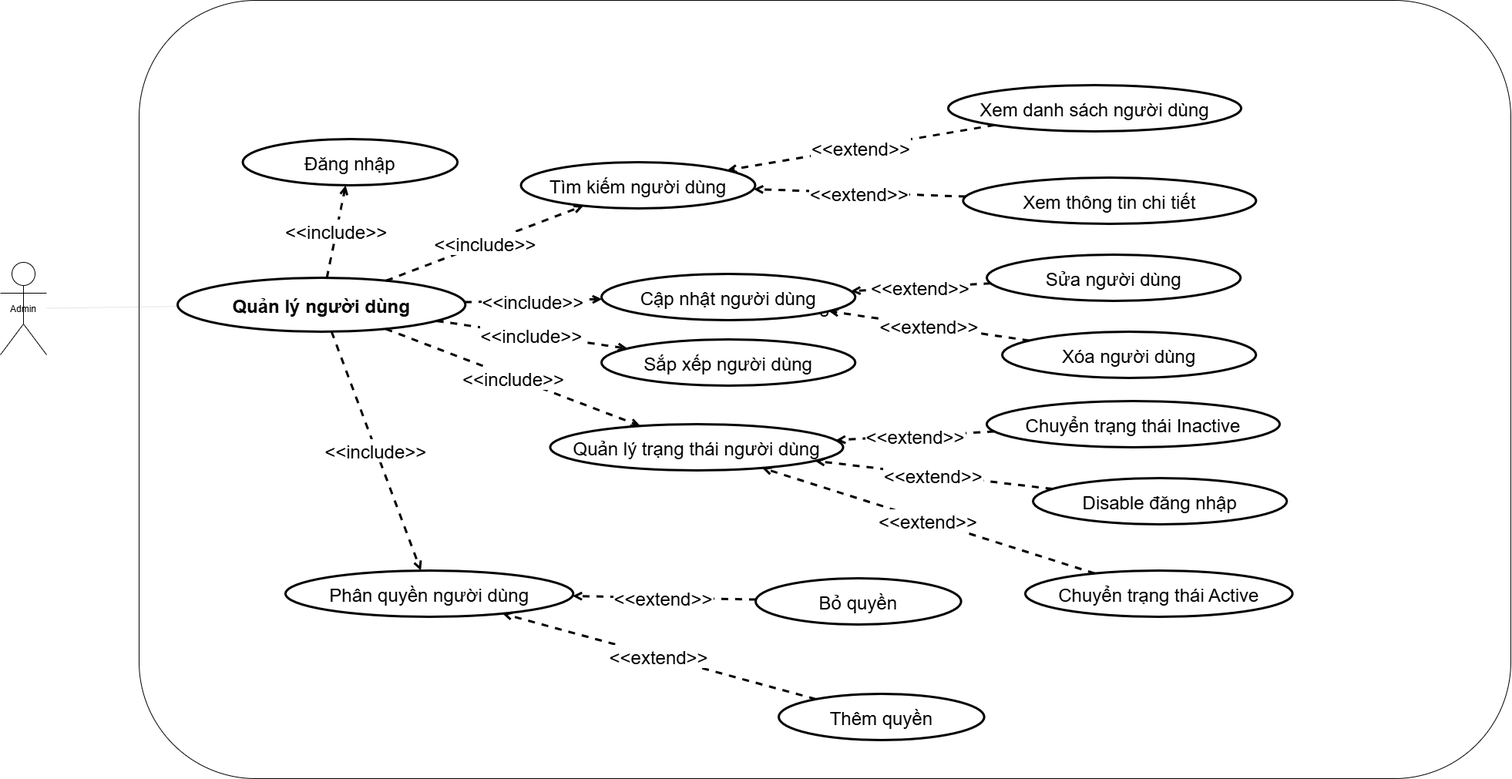
The draw.io diagram latex/Hinhve/phanrausecasequantri.png in ntuan7059/do_an_tot_nghiep, before a commit. Source tidied: cells renumbered, new cells last; positions are measured from the earlier drawing's top-left corner, leaving out a move shared by most shapes.
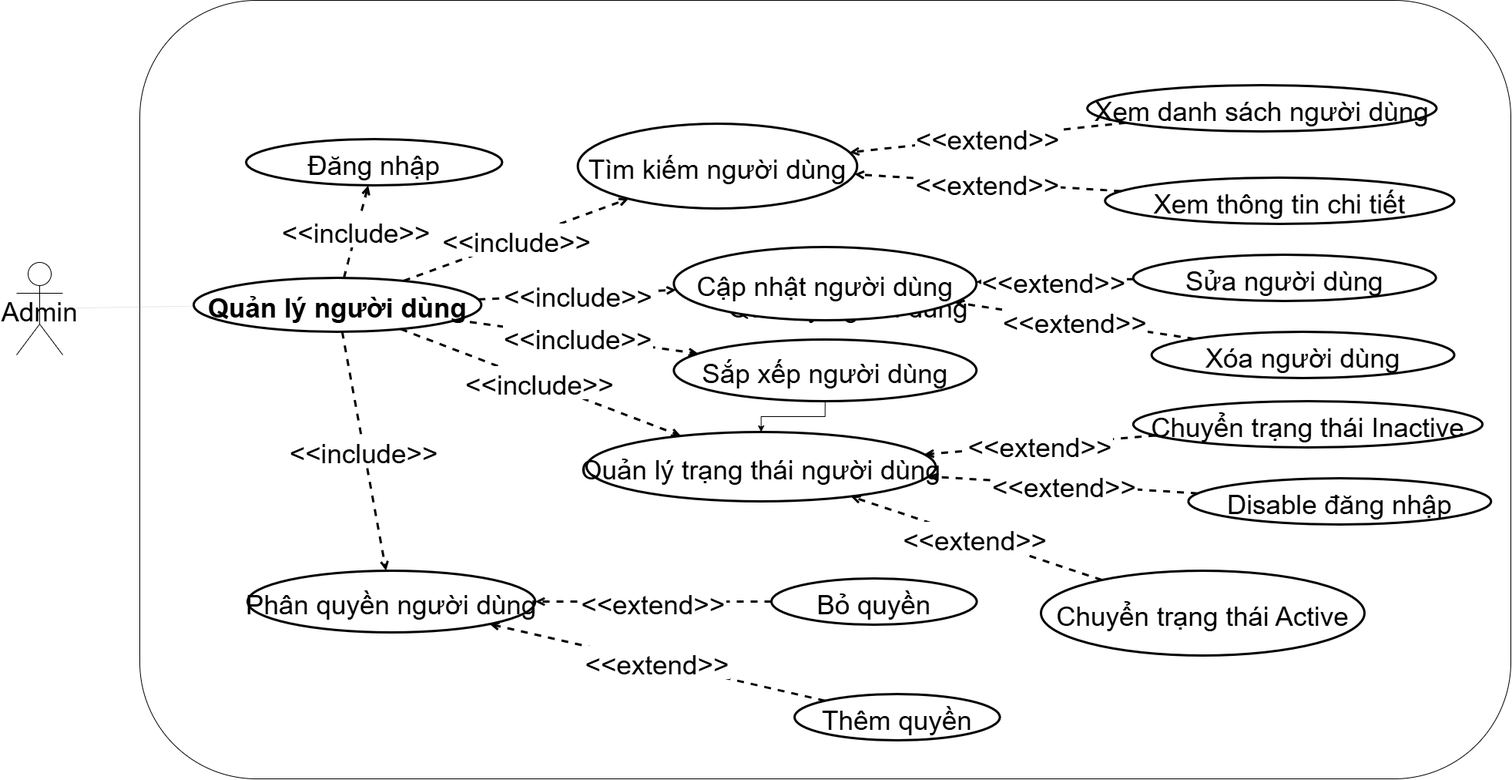
After the commit.

The edit, as a diff of the source:
```diff
@@ -2,109 +2,112 @@
   <root>
     <mxCell id="0" />
     <mxCell id="1" parent="0" />
-    <mxCell id="2" style="rounded=1;whiteSpace=wrap;html=1;" parent="1" vertex="1">
-      <mxGeometry x="180" width="1780" height="1010" as="geometry" />
+    <mxCell id="2" style="rounded=1;whiteSpace=wrap;html=1;fontSize=35;" parent="1" vertex="1">
+      <mxGeometry x="160" width="1780" height="1010" as="geometry" />
     </mxCell>
-    <mxCell id="3" value="Admin" style="shape=umlActor;" parent="1" vertex="1">
+    <mxCell id="3" value="Admin" style="shape=umlActor;fontSize=35;" parent="1" vertex="1">
       <mxGeometry y="340" width="60" height="120" as="geometry" />
     </mxCell>
-    <mxCell id="4" value="Quản lý người dùng" style="rounded=1;strokeWidth=3;imageHeight=24;imageWidth=24;arcSize=12;miterlimit=4;strokeColor=#FFFFFF;fontSize=24;" parent="1" vertex="1">
-      <mxGeometry x="400" y="70" width="1140" height="650" as="geometry" />
+    <mxCell id="4" value="Quản lý người dùng" style="rounded=1;strokeWidth=3;imageHeight=24;imageWidth=24;arcSize=12;miterlimit=4;strokeColor=#FFFFFF;fontSize=35;" parent="1" vertex="1">
+      <mxGeometry x="400" y="70" width="1360" height="650" as="geometry" />
     </mxCell>
-    <mxCell id="5" value="Đăng nhập" style="ellipse;fontSize=24;strokeWidth=3;" parent="4" vertex="1">
-      <mxGeometry x="-85.5" y="110" width="278.7" height="60" as="geometry" />
+    <mxCell id="5" value="Đăng nhập" style="ellipse;fontSize=35;strokeWidth=3;" parent="4" vertex="1">
+      <mxGeometry x="-102" y="110" width="332.4" height="60" as="geometry" />
     </mxCell>
-    <mxCell id="6" value="Tìm kiếm người dùng" style="ellipse;fontSize=24;strokeWidth=3;" parent="4" vertex="1">
-      <mxGeometry x="275.5" y="140" width="304" height="60" as="geometry" />
+    <mxCell id="6" value="Tìm kiếm người dùng" style="ellipse;fontSize=35;strokeWidth=3;" parent="4" vertex="1">
+      <mxGeometry x="328.7" y="90" width="362.7" height="110" as="geometry" />
     </mxCell>
-    <mxCell id="7" value="Cập nhật người dùng" style="ellipse;fontSize=24;strokeWidth=3;" parent="4" vertex="1">
-      <mxGeometry x="380" y="285" width="329.3" height="60" as="geometry" />
+    <mxCell id="7" value="Cập nhật người dùng" style="ellipse;fontSize=35;strokeWidth=3;" parent="4" vertex="1">
+      <mxGeometry x="453.3" y="250" width="392.9" height="95" as="geometry" />
     </mxCell>
+    <mxCell id="37" style="edgeStyle=orthogonalEdgeStyle;rounded=0;jettySize=auto;html=1;fontSize=35;" parent="4" edge="1" source="8" target="9">
+      <mxGeometry relative="1" as="geometry" />
+    </mxCell>
-    <mxCell id="8" value="Sắp xếp người dùng" style="ellipse;fontSize=24;strokeWidth=3;" parent="4" vertex="1">
-      <mxGeometry x="380" y="370" width="329.3" height="60" as="geometry" />
+    <mxCell id="8" value="Sắp xếp người dùng" style="ellipse;fontSize=35;strokeWidth=3;" parent="4" vertex="1">
+      <mxGeometry x="453.3" y="370" width="392.9" height="80" as="geometry" />
     </mxCell>
-    <mxCell id="9" value="Quản lý trạng thái người dùng" style="ellipse;fontSize=24;strokeWidth=3;" parent="4" vertex="1">
-      <mxGeometry x="313.5" y="480" width="380" height="60" as="geometry" />
+    <mxCell id="9" value="Quản lý trạng thái người dùng" style="ellipse;fontSize=35;strokeWidth=3;" parent="4" vertex="1">
+      <mxGeometry x="340" y="490" width="453.3" height="90" as="geometry" />
     </mxCell>
-    <mxCell id="10" value="Xem danh sách người dùng" style="ellipse;fontSize=24;strokeWidth=3;" parent="4" vertex="1">
-      <mxGeometry x="830" y="40" width="380" height="60" as="geometry" />
+    <mxCell id="10" value="Xem danh sách người dùng" style="ellipse;fontSize=35;strokeWidth=3;" parent="4" vertex="1">
+      <mxGeometry x="990.2" y="40" width="453.3" height="60" as="geometry" />
     </mxCell>
-    <mxCell id="11" value="Xem thông tin chi tiết" style="ellipse;fontSize=24;strokeWidth=3;" parent="4" vertex="1">
-      <mxGeometry x="849.3" y="160" width="380" height="60" as="geometry" />
+    <mxCell id="11" value="Xem thông tin chi tiết" style="ellipse;fontSize=35;strokeWidth=3;" parent="4" vertex="1">
+      <mxGeometry x="1013.2" y="160" width="453.3" height="60" as="geometry" />
     </mxCell>
-    <mxCell id="12" value="Sửa người dùng" style="ellipse;fontSize=24;strokeWidth=3;" parent="4" vertex="1">
-      <mxGeometry x="880" y="260" width="329.3" height="60" as="geometry" />
+    <mxCell id="12" value="Sửa người dùng" style="ellipse;fontSize=35;strokeWidth=3;" parent="4" vertex="1">
+      <mxGeometry x="1049.8" y="260" width="392.9" height="60" as="geometry" />
     </mxCell>
-    <mxCell id="13" value="Xóa người dùng" style="ellipse;fontSize=24;strokeWidth=3;" parent="4" vertex="1">
-      <mxGeometry x="900" y="360" width="329.3" height="60" as="geometry" />
+    <mxCell id="13" value="Xóa người dùng" style="ellipse;fontSize=35;strokeWidth=3;" parent="4" vertex="1">
+      <mxGeometry x="1073.7" y="360" width="392.9" height="60" as="geometry" />
     </mxCell>
-    <mxCell id="14" value="Chuyển trạng thái Inactive" style="ellipse;fontSize=24;strokeWidth=3;" parent="4" vertex="1">
-      <mxGeometry x="880" y="450" width="380" height="60" as="geometry" />
+    <mxCell id="14" value="Chuyển trạng thái Inactive" style="ellipse;fontSize=35;strokeWidth=3;" parent="4" vertex="1">
+      <mxGeometry x="1049.8" y="450" width="453.3" height="60" as="geometry" />
     </mxCell>
-    <mxCell id="15" value="Disable đăng nhập" style="ellipse;fontSize=24;strokeWidth=3;" parent="4" vertex="1">
-      <mxGeometry x="940" y="550" width="329.3" height="60" as="geometry" />
+    <mxCell id="15" value="Disable đăng nhập" style="ellipse;fontSize=35;strokeWidth=3;" parent="4" vertex="1">
+      <mxGeometry x="1121.4" y="550" width="392.9" height="60" as="geometry" />
     </mxCell>
-    <mxCell id="16" value="&lt;&lt;extend&gt;&gt;" style="dashed=1;endArrow=open;strokeWidth=3;fontSize=24;" parent="4" edge="1" source="10" target="6">
+    <mxCell id="16" value="&lt;&lt;extend&gt;&gt;" style="dashed=1;endArrow=open;strokeWidth=3;fontSize=35;" parent="4" edge="1" source="10" target="6">
       <mxGeometry relative="1" as="geometry" />
     </mxCell>
-    <mxCell id="17" value="&lt;&lt;extend&gt;&gt;" style="dashed=1;endArrow=open;strokeWidth=3;fontSize=24;" parent="4" edge="1" source="11" target="6">
+    <mxCell id="17" value="&lt;&lt;extend&gt;&gt;" style="dashed=1;endArrow=open;strokeWidth=3;fontSize=35;" parent="4" edge="1" source="11" target="6">
       <mxGeometry relative="1" as="geometry" />
     </mxCell>
-    <mxCell id="18" value="&lt;&lt;extend&gt;&gt;" style="dashed=1;endArrow=open;strokeWidth=3;fontSize=24;" parent="4" edge="1" source="12" target="7">
+    <mxCell id="18" value="&lt;&lt;extend&gt;&gt;" style="dashed=1;endArrow=open;strokeWidth=3;fontSize=35;" parent="4" edge="1" source="12" target="7">
       <mxGeometry relative="1" as="geometry" />
     </mxCell>
-    <mxCell id="19" value="&lt;&lt;extend&gt;&gt;" style="dashed=1;endArrow=open;strokeWidth=3;fontSize=24;" parent="4" edge="1" source="13" target="7">
+    <mxCell id="19" value="&lt;&lt;extend&gt;&gt;" style="dashed=1;endArrow=open;strokeWidth=3;fontSize=35;" parent="4" edge="1" source="13" target="7">
       <mxGeometry relative="1" as="geometry" />
     </mxCell>
-    <mxCell id="20" value="&lt;&lt;extend&gt;&gt;" style="dashed=1;endArrow=open;strokeWidth=3;fontSize=24;" parent="4" edge="1" source="14" target="9">
+    <mxCell id="20" value="&lt;&lt;extend&gt;&gt;" style="dashed=1;endArrow=open;strokeWidth=3;fontSize=35;" parent="4" edge="1" source="14" target="9">
       <mxGeometry relative="1" as="geometry" />
     </mxCell>
-    <mxCell id="21" value="&lt;&lt;extend&gt;&gt;" style="dashed=1;endArrow=open;strokeWidth=3;fontSize=24;" parent="4" edge="1" source="15" target="9">
+    <mxCell id="21" value="&lt;&lt;extend&gt;&gt;" style="dashed=1;endArrow=open;strokeWidth=3;fontSize=35;" parent="4" edge="1" source="15" target="9">
       <mxGeometry relative="1" as="geometry" />
     </mxCell>
-    <mxCell id="22" style="endArrow=none;strokeWidth=0;" parent="1" edge="1" source="3" target="23">
+    <mxCell id="22" style="endArrow=none;strokeWidth=0;fontSize=35;" parent="1" edge="1" source="3" target="23">
       <mxGeometry relative="1" as="geometry" />
     </mxCell>
-    <mxCell id="23" value="Quản lý người dùng" style="ellipse;fontStyle=1;fontSize=24;strokeWidth=3;" parent="1" vertex="1">
+    <mxCell id="23" value="Quản lý người dùng" style="ellipse;fontStyle=1;fontSize=35;strokeWidth=3;" parent="1" vertex="1">
       <mxGeometry x="230" y="360" width="373.3" height="70" as="geometry" />
     </mxCell>
-    <mxCell id="24" value="&lt;&lt;include&gt;&gt;" style="dashed=1;endArrow=open;strokeWidth=3;fontSize=24;" parent="1" edge="1" source="23" target="9">
+    <mxCell id="24" value="&lt;&lt;include&gt;&gt;" style="dashed=1;endArrow=open;strokeWidth=3;fontSize=35;" parent="1" edge="1" source="23" target="9">
       <mxGeometry relative="1" as="geometry" />
     </mxCell>
-    <mxCell id="25" value="&lt;&lt;include&gt;&gt;" style="dashed=1;endArrow=open;strokeWidth=3;fontSize=24;" parent="1" edge="1" source="23" target="30">
+    <mxCell id="25" value="&lt;&lt;include&gt;&gt;" style="dashed=1;endArrow=open;strokeWidth=3;fontSize=35;" parent="1" edge="1" source="23" target="30">
       <mxGeometry relative="1" as="geometry" />
     </mxCell>
-    <mxCell id="26" value="&lt;&lt;include&gt;&gt;" style="dashed=1;endArrow=open;strokeWidth=3;fontSize=24;" parent="1" edge="1" source="23" target="8">
+    <mxCell id="26" value="&lt;&lt;include&gt;&gt;" style="dashed=1;endArrow=open;strokeWidth=3;fontSize=35;" parent="1" edge="1" source="23" target="8">
       <mxGeometry relative="1" as="geometry" />
     </mxCell>
-    <mxCell id="27" value="&lt;&lt;include&gt;&gt;" style="dashed=1;endArrow=open;strokeWidth=3;fontSize=24;" parent="1" edge="1" source="23" target="7">
+    <mxCell id="27" value="&lt;&lt;include&gt;&gt;" style="dashed=1;endArrow=open;strokeWidth=3;fontSize=35;" parent="1" edge="1" source="23" target="7">
       <mxGeometry relative="1" as="geometry" />
     </mxCell>
-    <mxCell id="28" value="&lt;&lt;include&gt;&gt;" style="dashed=1;endArrow=open;strokeWidth=3;fontSize=24;" parent="1" edge="1" source="23" target="6">
+    <mxCell id="28" value="&lt;&lt;include&gt;&gt;" style="dashed=1;endArrow=open;strokeWidth=3;fontSize=35;" parent="1" edge="1" source="23" target="6">
       <mxGeometry relative="1" as="geometry" />
     </mxCell>
-    <mxCell id="29" value="&lt;&lt;include&gt;&gt;" style="dashed=1;endArrow=open;strokeWidth=3;fontSize=24;" parent="1" edge="1" source="23" target="5">
+    <mxCell id="29" value="&lt;&lt;include&gt;&gt;" style="dashed=1;endArrow=open;strokeWidth=3;fontSize=35;" parent="1" edge="1" source="23" target="5">
       <mxGeometry relative="1" as="geometry" />
     </mxCell>
-    <mxCell id="30" value="Phân quyền người dùng" style="ellipse;fontSize=24;strokeWidth=3;" parent="1" vertex="1">
-      <mxGeometry x="370" y="740" width="373.3" height="60" as="geometry" />
+    <mxCell id="30" value="Phân quyền người dùng" style="ellipse;fontSize=35;strokeWidth=3;" parent="1" vertex="1">
+      <mxGeometry x="300" y="740" width="373.3" height="80" as="geometry" />
     </mxCell>
-    <mxCell id="31" value="&lt;&lt;extend&gt;&gt;" style="dashed=1;endArrow=open;strokeWidth=3;fontSize=24;" parent="1" edge="1" source="34" target="30">
+    <mxCell id="31" value="&lt;&lt;extend&gt;&gt;" style="dashed=1;endArrow=open;strokeWidth=3;fontSize=35;" parent="1" edge="1" source="34" target="30">
       <mxGeometry relative="1" as="geometry" />
     </mxCell>
-    <mxCell id="32" value="&lt;&lt;extend&gt;&gt;" style="dashed=1;endArrow=open;strokeWidth=3;fontSize=24;" parent="1" edge="1" source="33" target="30">
+    <mxCell id="32" value="&lt;&lt;extend&gt;&gt;" style="dashed=1;endArrow=open;strokeWidth=3;fontSize=35;" parent="1" edge="1" source="33" target="30">
       <mxGeometry relative="1" as="geometry" />
     </mxCell>
-    <mxCell id="33" value="Thêm quyền" style="ellipse;fontSize=24;strokeWidth=3;" parent="1" vertex="1">
+    <mxCell id="33" value="Thêm quyền" style="ellipse;fontSize=35;strokeWidth=3;" parent="1" vertex="1">
       <mxGeometry x="1010" y="900" width="266.7" height="60" as="geometry" />
     </mxCell>
-    <mxCell id="34" value="Bỏ quyền" style="ellipse;fontSize=24;strokeWidth=3;" parent="1" vertex="1">
+    <mxCell id="34" value="Bỏ quyền" style="ellipse;fontSize=35;strokeWidth=3;" parent="1" vertex="1">
       <mxGeometry x="980" y="750" width="266.7" height="60" as="geometry" />
     </mxCell>
-    <mxCell id="35" value="Chuyển trạng thái Active" style="ellipse;fontSize=24;strokeWidth=3;" parent="1" vertex="1">
-      <mxGeometry x="1330" y="740" width="346.7" height="60" as="geometry" />
+    <mxCell id="35" value="Chuyển trạng thái Active" style="ellipse;fontSize=35;strokeWidth=3;" parent="1" vertex="1">
+      <mxGeometry x="1330" y="740" width="420" height="110" as="geometry" />
     </mxCell>
-    <mxCell id="36" value="&lt;&lt;extend&gt;&gt;" style="dashed=1;endArrow=open;strokeWidth=3;fontSize=24;" parent="1" edge="1" source="35" target="9">
+    <mxCell id="36" value="&lt;&lt;extend&gt;&gt;" style="dashed=1;endArrow=open;strokeWidth=3;fontSize=35;" parent="1" edge="1" source="35" target="9">
       <mxGeometry relative="1" as="geometry" />
     </mxCell>
   </root>
```
